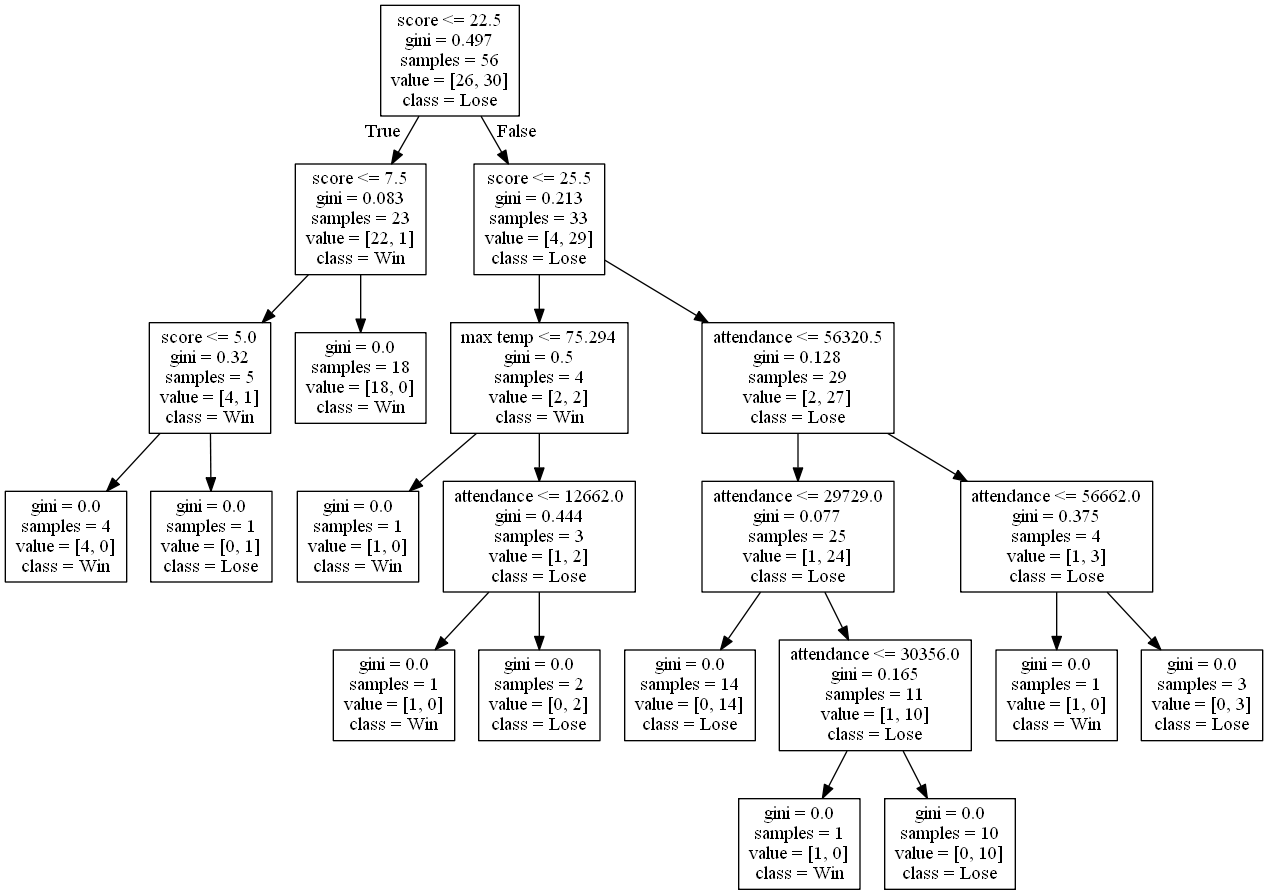
The Graphviz diagram DecisionTrees/decision_tree_with_score5.png in alexana-steck/CSE482Project, before a commit. Its source is kept beside it as DecisionTrees/decision_tree_with_score5.dot. Its diagram source:
```dot
digraph Tree {
node [shape=box] ;
0 [label="score <= 22.5\ngini = 0.497\nsamples = 56\nvalue = [26, 30]\nclass = Lose"] ;
1 [label="score <= 7.5\ngini = 0.083\nsamples = 23\nvalue = [22, 1]\nclass = Win"] ;
0 -> 1 [labeldistance=2.5, labelangle=45, headlabel="True"] ;
2 [label="score <= 5.0\ngini = 0.32\nsamples = 5\nvalue = [4, 1]\nclass = Win"] ;
1 -> 2 ;
3 [label="gini = 0.0\nsamples = 4\nvalue = [4, 0]\nclass = Win"] ;
2 -> 3 ;
4 [label="gini = 0.0\nsamples = 1\nvalue = [0, 1]\nclass = Lose"] ;
2 -> 4 ;
5 [label="gini = 0.0\nsamples = 18\nvalue = [18, 0]\nclass = Win"] ;
1 -> 5 ;
6 [label="score <= 25.5\ngini = 0.213\nsamples = 33\nvalue = [4, 29]\nclass = Lose"] ;
0 -> 6 [labeldistance=2.5, labelangle=-45, headlabel="False"] ;
7 [label="max temp <= 75.294\ngini = 0.5\nsamples = 4\nvalue = [2, 2]\nclass = Win"] ;
6 -> 7 ;
8 [label="gini = 0.0\nsamples = 1\nvalue = [1, 0]\nclass = Win"] ;
7 -> 8 ;
9 [label="attendance <= 12662.0\ngini = 0.444\nsamples = 3\nvalue = [1, 2]\nclass = Lose"] ;
7 -> 9 ;
10 [label="gini = 0.0\nsamples = 1\nvalue = [1, 0]\nclass = Win"] ;
9 -> 10 ;
11 [label="gini = 0.0\nsamples = 2\nvalue = [0, 2]\nclass = Lose"] ;
9 -> 11 ;
12 [label="attendance <= 56320.5\ngini = 0.128\nsamples = 29\nvalue = [2, 27]\nclass = Lose"] ;
6 -> 12 ;
13 [label="attendance <= 29729.0\ngini = 0.077\nsamples = 25\nvalue = [1, 24]\nclass = Lose"] ;
12 -> 13 ;
14 [label="gini = 0.0\nsamples = 14\nvalue = [0, 14]\nclass = Lose"] ;
13 -> 14 ;
15 [label="attendance <= 30356.0\ngini = 0.165\nsamples = 11\nvalue = [1, 10]\nclass = Lose"] ;
13 -> 15 ;
16 [label="gini = 0.0\nsamples = 1\nvalue = [1, 0]\nclass = Win"] ;
15 -> 16 ;
17 [label="gini = 0.0\nsamples = 10\nvalue = [0, 10]\nclass = Lose"] ;
15 -> 17 ;
18 [label="attendance <= 56662.0\ngini = 0.375\nsamples = 4\nvalue = [1, 3]\nclass = Lose"] ;
12 -> 18 ;
19 [label="gini = 0.0\nsamples = 1\nvalue = [1, 0]\nclass = Win"] ;
18 -> 19 ;
20 [label="gini = 0.0\nsamples = 3\nvalue = [0, 3]\nclass = Lose"] ;
18 -> 20 ;
}
```
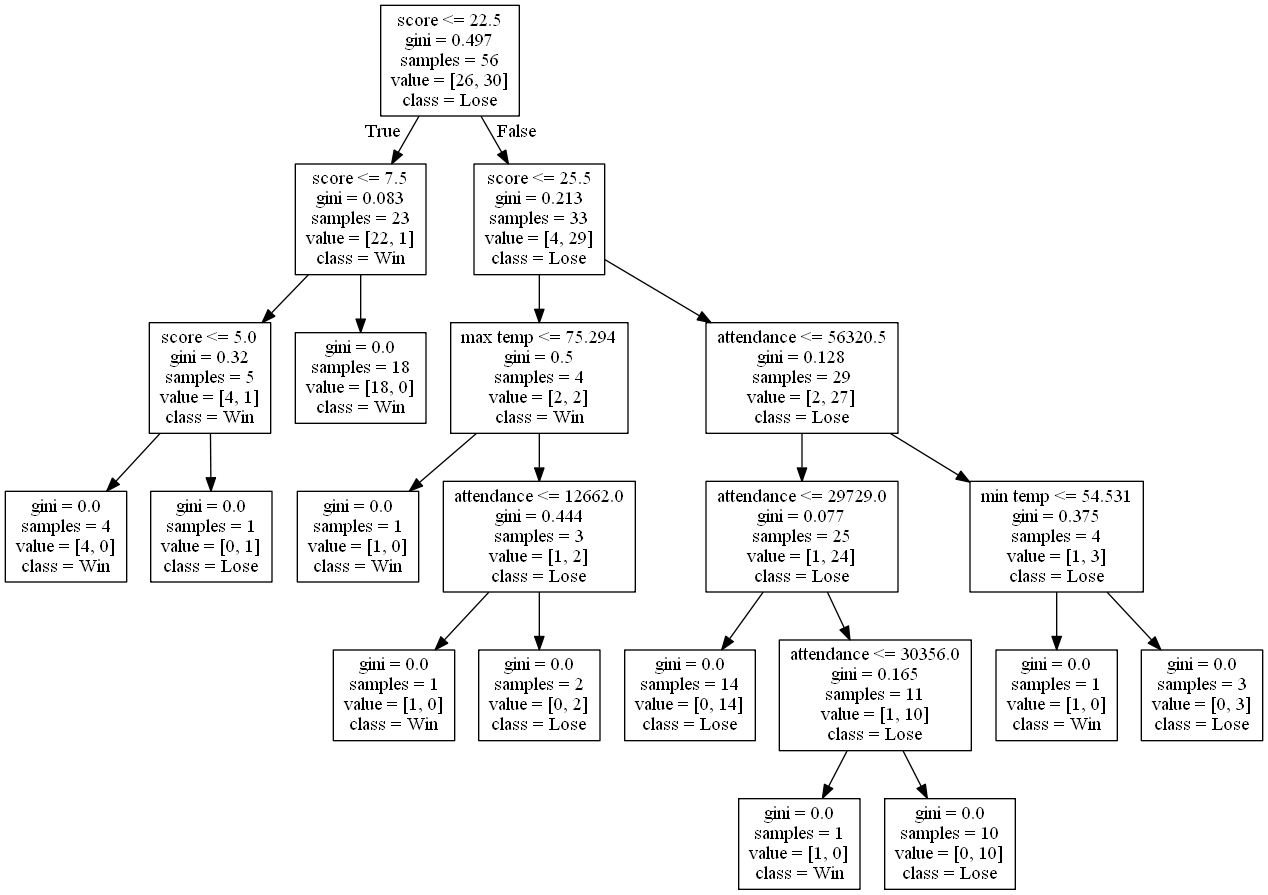
The same diagram one commit later.

What changed in the source:
```diff
@@ -35,7 +35,7 @@
 15 -> 16 ;
 17 [label="gini = 0.0\nsamples = 10\nvalue = [0, 10]\nclass = Lose"] ;
 15 -> 17 ;
-18 [label="attendance <= 56662.0\ngini = 0.375\nsamples = 4\nvalue = [1, 3]\nclass = Lose"] ;
+18 [label="min temp <= 54.531\ngini = 0.375\nsamples = 4\nvalue = [1, 3]\nclass = Lose"] ;
 12 -> 18 ;
 19 [label="gini = 0.0\nsamples = 1\nvalue = [1, 0]\nclass = Win"] ;
 18 -> 19 ;
```
